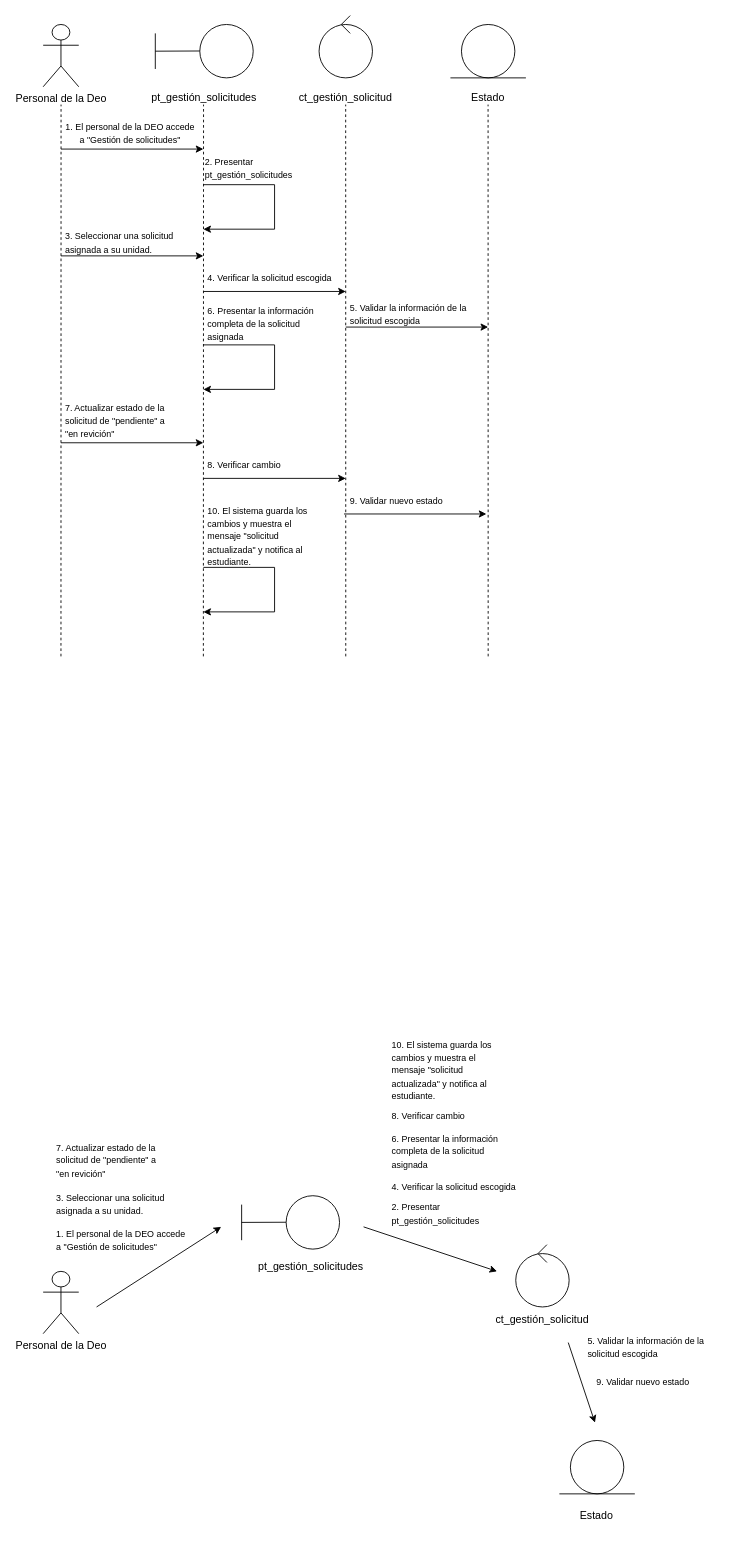
Before: Arquitectura de Software.drawio in DayvelinMendoza/universidad, a draw.io diagram. Source tidied: cells renumbered, new cells numbered last; positions are measured from the earlier drawing's top-left corner, leaving out a move shared by most shapes. Both pictures are drawn from the tidied source at 89%, with x=0, y=0 at pixel (43, 15).
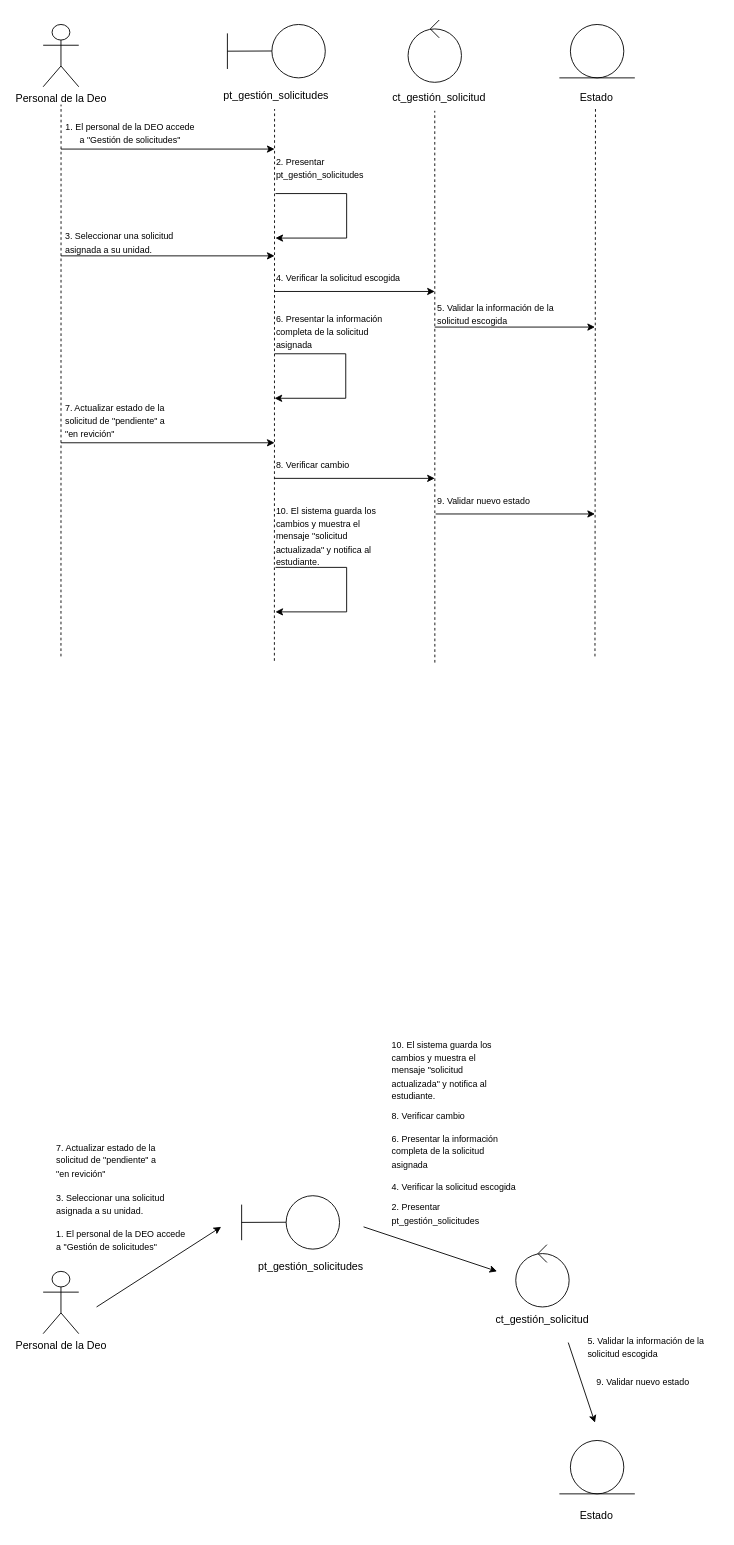
The same diagram, later.

Change to the diagram source:
```diff
@@
     <mxCell id="4" style="group;" parent="1" vertex="1">
-      <mxGeometry x="126" y="10" width="110" height="60" as="geometry" />
+      <mxGeometry x="207" y="10" width="110" height="60" as="geometry" />
     </mxCell>
@@
     <mxCell id="8" style="endArrow=none;dashed=1;html=1;rounded=0;" parent="1" edge="1">
       <mxGeometry relative="1" as="geometry">
-        <mxPoint x="180" y="720" as="sourcePoint" />
-        <mxPoint x="180.2" y="100" as="targetPoint" />
+        <mxPoint x="259.8" y="725" as="sourcePoint" />
+        <mxPoint x="260" y="105" as="targetPoint" />
       </mxGeometry>
     </mxCell>
     <mxCell id="9" value="pt_gestión_solicitudes" style="text;html=1;align=center;verticalAlign=middle;whiteSpace=wrap;rounded=0;" parent="1" vertex="1">
-      <mxGeometry x="116" y="77" width="130" height="30" as="geometry" />
+      <mxGeometry x="197" y="75" width="130" height="30" as="geometry" />
     </mxCell>
     <mxCell id="10" style="endArrow=none;dashed=1;html=1;rounded=0;" parent="1" edge="1">
       <mxGeometry relative="1" as="geometry">
-        <mxPoint x="340" y="720" as="sourcePoint" />
-        <mxPoint x="339.9" y="100" as="targetPoint" />
+        <mxPoint x="440.1" y="727" as="sourcePoint" />
+        <mxPoint x="440" y="107" as="targetPoint" />
       </mxGeometry>
     </mxCell>
     <mxCell id="11" value="ct_gestión_solicitud" style="text;html=1;align=center;verticalAlign=middle;whiteSpace=wrap;rounded=0;" parent="1" vertex="1">
-      <mxGeometry x="275" y="77" width="130" height="30" as="geometry" />
+      <mxGeometry x="380" y="77" width="130" height="30" as="geometry" />
     </mxCell>
-    <mxCell id="12" style="endArrow=none;dashed=1;html=1;rounded=0;" parent="1" edge="1">
+    <mxCell id="12" style="endArrow=none;dashed=1;html=1;rounded=0;entryX=0.486;entryY=0.908;entryDx=0;entryDy=0;entryPerimeter=0;" parent="1" edge="1" target="13">
       <mxGeometry relative="1" as="geometry">
-        <mxPoint x="500" y="720" as="sourcePoint" />
-        <mxPoint x="499.9" y="100" as="targetPoint" />
+        <mxPoint x="620" y="720" as="sourcePoint" />
       </mxGeometry>
     </mxCell>
     <mxCell id="13" value="Estado" style="text;html=1;align=center;verticalAlign=middle;whiteSpace=wrap;rounded=0;" parent="1" vertex="1">
-      <mxGeometry x="435" y="77" width="130" height="30" as="geometry" />
+      <mxGeometry x="557.4" y="77" width="130" height="30" as="geometry" />
     </mxCell>
     <mxCell id="14" style="group;" parent="1" vertex="1">
-      <mxGeometry x="457.6" y="10" width="84.8" height="60" as="geometry" />
+      <mxGeometry x="580" y="10" width="84.8" height="60" as="geometry" />
     </mxCell>
@@
     <mxCell id="17" style="endArrow=classic;html=1;rounded=0;" parent="1" edge="1">
       <mxGeometry relative="1" as="geometry">
         <mxPoint x="20" y="150" as="sourcePoint" />
-        <mxPoint x="180" y="150" as="targetPoint" />
+        <mxPoint x="260" y="150" as="targetPoint" />
       </mxGeometry>
     </mxCell>
@@
     <mxCell id="19" style="endArrow=classic;html=1;rounded=0;" parent="1" edge="1">
       <mxGeometry relative="1" as="geometry">
-        <mxPoint x="180" y="190" as="sourcePoint" />
-        <mxPoint x="180" y="240" as="targetPoint" />
+        <mxPoint x="261" y="200" as="sourcePoint" />
+        <mxPoint x="261" y="250" as="targetPoint" />
         <Array as="points">
-          <mxPoint x="260" y="190" />
-          <mxPoint x="260" y="240" />
+          <mxPoint x="341" y="200" />
+          <mxPoint x="341" y="250" />
         </Array>
       </mxGeometry>
     </mxCell>
     <mxCell id="20" value="&lt;font style=&quot;font-size: 10px;&quot;&gt;2. Presentar&amp;nbsp;&lt;/font&gt;&lt;div&gt;&lt;span style=&quot;background-color: transparent; color: light-dark(rgb(0, 0, 0), rgb(255, 255, 255));&quot;&gt;&lt;font style=&quot;font-size: 10px;&quot;&gt;pt_gestión_solicitudes&lt;/font&gt;&lt;/span&gt;&lt;/div&gt;" style="text;strokeColor=none;align=left;fillColor=none;html=1;verticalAlign=middle;whiteSpace=wrap;rounded=0;" parent="1" vertex="1">
-      <mxGeometry x="180" y="156" width="130" height="30" as="geometry" />
+      <mxGeometry x="260" y="156" width="130" height="30" as="geometry" />
     </mxCell>
     <mxCell id="21" style="endArrow=classic;html=1;rounded=0;" parent="1" edge="1">
       <mxGeometry relative="1" as="geometry">
         <mxPoint x="20" y="270" as="sourcePoint" />
-        <mxPoint x="180" y="270" as="targetPoint" />
+        <mxPoint x="260" y="270" as="targetPoint" />
       </mxGeometry>
     </mxCell>
@@
     <mxCell id="23" style="endArrow=classic;html=1;rounded=0;" parent="1" edge="1">
       <mxGeometry relative="1" as="geometry">
-        <mxPoint x="180" y="310" as="sourcePoint" />
-        <mxPoint x="340" y="310" as="targetPoint" />
+        <mxPoint x="260" y="310" as="sourcePoint" />
+        <mxPoint x="440" y="310" as="targetPoint" />
       </mxGeometry>
     </mxCell>
     <mxCell id="24" value="&lt;font style=&quot;font-size: 10px;&quot;&gt;4. Verificar la solicitud escogida&lt;/font&gt;" style="text;strokeColor=none;align=left;fillColor=none;html=1;verticalAlign=middle;whiteSpace=wrap;rounded=0;" parent="1" vertex="1">
-      <mxGeometry x="183" y="280" width="150" height="30" as="geometry" />
+      <mxGeometry x="260" y="280" width="150" height="30" as="geometry" />
     </mxCell>
     <mxCell id="25" style="endArrow=classic;html=1;rounded=0;" parent="1" edge="1">
       <mxGeometry relative="1" as="geometry">
-        <mxPoint x="340" y="350" as="sourcePoint" />
-        <mxPoint x="500" y="350" as="targetPoint" />
+        <mxPoint x="440" y="350" as="sourcePoint" />
+        <mxPoint x="620" y="350" as="targetPoint" />
       </mxGeometry>
     </mxCell>
     <mxCell id="26" value="&lt;font style=&quot;font-size: 10px;&quot;&gt;5. Validar la información de la solicitud escogida&lt;/font&gt;" style="text;strokeColor=none;align=left;fillColor=none;html=1;verticalAlign=middle;whiteSpace=wrap;rounded=0;" parent="1" vertex="1">
-      <mxGeometry x="343" y="320" width="150" height="30" as="geometry" />
+      <mxGeometry x="441" y="320" width="150" height="30" as="geometry" />
     </mxCell>
     <mxCell id="27" style="endArrow=classic;html=1;rounded=0;" parent="1" edge="1">
       <mxGeometry relative="1" as="geometry">
-        <mxPoint x="180" y="370" as="sourcePoint" />
-        <mxPoint x="180" y="420" as="targetPoint" />
+        <mxPoint x="260" y="380" as="sourcePoint" />
+        <mxPoint x="260" y="430" as="targetPoint" />
         <Array as="points">
-          <mxPoint x="260" y="370" />
-          <mxPoint x="260" y="420" />
+          <mxPoint x="340" y="380" />
+          <mxPoint x="340" y="430" />
         </Array>
       </mxGeometry>
     </mxCell>
     <mxCell id="28" value="&lt;span style=&quot;font-size: 10px;&quot;&gt;6. Presentar la información completa de la solicitud asignada&lt;/span&gt;" style="text;strokeColor=none;align=left;fillColor=none;html=1;verticalAlign=middle;whiteSpace=wrap;rounded=0;" parent="1" vertex="1">
-      <mxGeometry x="183" y="331" width="130" height="30" as="geometry" />
+      <mxGeometry x="260" y="340" width="130" height="30" as="geometry" />
     </mxCell>
     <mxCell id="29" style="endArrow=classic;html=1;rounded=0;" parent="1" edge="1">
       <mxGeometry relative="1" as="geometry">
         <mxPoint x="20" y="480" as="sourcePoint" />
-        <mxPoint x="180" y="480" as="targetPoint" />
+        <mxPoint x="260" y="480" as="targetPoint" />
       </mxGeometry>
     </mxCell>
@@
     <mxCell id="31" style="endArrow=classic;html=1;rounded=0;" parent="1" edge="1">
       <mxGeometry relative="1" as="geometry">
-        <mxPoint x="180" y="520" as="sourcePoint" />
-        <mxPoint x="340" y="520" as="targetPoint" />
+        <mxPoint x="260" y="520" as="sourcePoint" />
+        <mxPoint x="440" y="520" as="targetPoint" />
       </mxGeometry>
     </mxCell>
     <mxCell id="32" value="&lt;span style=&quot;font-size: 10px;&quot;&gt;8. Verificar cambio&lt;/span&gt;" style="text;strokeColor=none;align=left;fillColor=none;html=1;verticalAlign=middle;whiteSpace=wrap;rounded=0;" parent="1" vertex="1">
-      <mxGeometry x="183" y="490" width="130" height="30" as="geometry" />
+      <mxGeometry x="260" y="490" width="130" height="30" as="geometry" />
     </mxCell>
     <mxCell id="33" style="endArrow=classic;html=1;rounded=0;" parent="1" edge="1">
       <mxGeometry relative="1" as="geometry">
-        <mxPoint x="338" y="560" as="sourcePoint" />
-        <mxPoint x="498" y="560" as="targetPoint" />
+        <mxPoint x="441" y="560" as="sourcePoint" />
+        <mxPoint x="620" y="560" as="targetPoint" />
       </mxGeometry>
     </mxCell>
     <mxCell id="34" value="&lt;span style=&quot;font-size: 10px;&quot;&gt;9. Validar nuevo estado&lt;/span&gt;" style="text;strokeColor=none;align=left;fillColor=none;html=1;verticalAlign=middle;whiteSpace=wrap;rounded=0;" parent="1" vertex="1">
-      <mxGeometry x="343" y="530" width="130" height="30" as="geometry" />
+      <mxGeometry x="441" y="530" width="130" height="30" as="geometry" />
     </mxCell>
     <mxCell id="35" style="endArrow=classic;html=1;rounded=0;" parent="1" edge="1">
       <mxGeometry relative="1" as="geometry">
-        <mxPoint x="180" y="620" as="sourcePoint" />
-        <mxPoint x="180" y="670" as="targetPoint" />
+        <mxPoint x="261" y="620" as="sourcePoint" />
+        <mxPoint x="261" y="670" as="targetPoint" />
         <Array as="points">
-          <mxPoint x="260" y="620" />
-          <mxPoint x="260" y="670" />
+          <mxPoint x="341" y="620" />
+          <mxPoint x="341" y="670" />
         </Array>
       </mxGeometry>
     </mxCell>
     <mxCell id="36" value="&lt;span style=&quot;font-size: 10px;&quot;&gt;10. El sistema guarda los cambios y muestra el mensaje &quot;solicitud actualizada&quot; y notifica al estudiante.&lt;/span&gt;" style="text;strokeColor=none;align=left;fillColor=none;html=1;verticalAlign=middle;whiteSpace=wrap;rounded=0;" parent="1" vertex="1">
-      <mxGeometry x="183" y="570" width="130" height="30" as="geometry" />
+      <mxGeometry x="260" y="570" width="130" height="30" as="geometry" />
     </mxCell>
@@
-    <mxCell id="43" style="group;" parent="1" vertex="1">
-      <mxGeometry x="310" width="60" height="70" as="geometry" />
-    </mxCell>
-    <mxCell id="44" style="ellipse;whiteSpace=wrap;html=1;" parent="43" vertex="1">
-      <mxGeometry y="10" width="60" height="60" as="geometry" />
-    </mxCell>
-    <mxCell id="45" style="endArrow=none;html=1;rounded=0;exitX=0.5;exitY=0.167;exitDx=0;exitDy=0;exitPerimeter=0;" parent="43" edge="1">
-      <mxGeometry relative="1" as="geometry">
-        <mxPoint x="35" y="20" as="sourcePoint" />
-        <mxPoint x="35" as="targetPoint" />
-        <Array as="points">
-          <mxPoint x="25" y="10" />
-        </Array>
-      </mxGeometry>
-    </mxCell>
@@
+    <mxCell id="67" style="group;" parent="1" vertex="1">
+      <mxGeometry x="410" y="5" width="60" height="70" as="geometry" />
+    </mxCell>
+    <mxCell id="44" style="ellipse;whiteSpace=wrap;html=1;" parent="67" vertex="1">
+      <mxGeometry y="10" width="60" height="60" as="geometry" />
+    </mxCell>
+    <mxCell id="45" style="endArrow=none;html=1;rounded=0;exitX=0.5;exitY=0.167;exitDx=0;exitDy=0;exitPerimeter=0;" parent="67" edge="1">
+      <mxGeometry relative="1" as="geometry">
+        <mxPoint x="35" y="20" as="sourcePoint" />
+        <mxPoint x="35" as="targetPoint" />
+        <Array as="points">
+          <mxPoint x="25" y="10" />
+        </Array>
+      </mxGeometry>
+    </mxCell>
```
